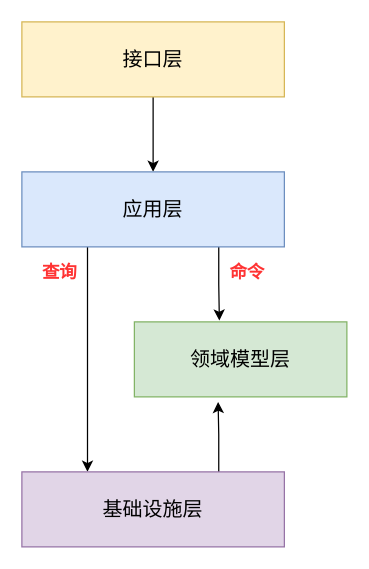
watermoonlx/drawio keeps this draw.io diagram as 领域驱动架构.drawio. Above is the earlier version. Source tidied: cells renumbered, new cells numbered last; positions are measured from the earlier drawing's top-left corner, leaving out a move shared by most shapes. Both pictures are drawn from the tidied source at 125%, with x=0, y=0 at pixel (21, 21).
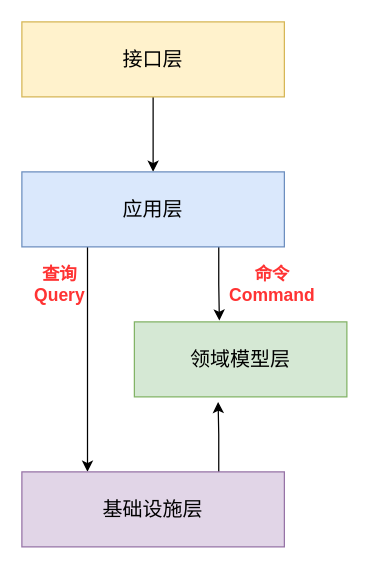
The same page after the edit.

Commit message:
Update 领域驱动架构.drawio

Diff of the diagram source:
```diff
@@
 <mxGraphModel>
   <root>
     <mxCell id="0" />
     <mxCell id="1" parent="0" />
     <mxCell id="2" style="edgeStyle=orthogonalEdgeStyle;rounded=0;jettySize=auto;html=1;exitX=0.5;exitY=1;exitDx=0;exitDy=0;entryX=0.5;entryY=0;entryDx=0;entryDy=0;fontSize=16;" parent="1" edge="1" source="3" target="6">
       <mxGeometry relative="1" as="geometry" />
     </mxCell>
     <mxCell id="3" value="接口层" style="rounded=0;whiteSpace=wrap;html=1;fontSize=16;fillColor=#fff2cc;strokeColor=#d6b656;" parent="1" vertex="1">
       <mxGeometry width="210" height="60" as="geometry" />
     </mxCell>
     <mxCell id="4" style="edgeStyle=orthogonalEdgeStyle;rounded=0;jettySize=auto;html=1;exitX=0.25;exitY=1;exitDx=0;exitDy=0;entryX=0.25;entryY=0;entryDx=0;entryDy=0;" parent="1" edge="1" source="6" target="8">
       <mxGeometry relative="1" as="geometry" />
     </mxCell>
     <mxCell id="5" style="edgeStyle=orthogonalEdgeStyle;rounded=0;jettySize=auto;html=1;exitX=0.75;exitY=1;exitDx=0;exitDy=0;entryX=0.4;entryY=-0.017;entryDx=0;entryDy=0;entryPerimeter=0;" parent="1" edge="1" source="6" target="9">
       <mxGeometry relative="1" as="geometry" />
     </mxCell>
     <mxCell id="6" value="应用层" style="rounded=0;whiteSpace=wrap;html=1;fontSize=16;fillColor=#dae8fc;strokeColor=#6c8ebf;" parent="1" vertex="1">
       <mxGeometry y="120" width="210" height="60" as="geometry" />
     </mxCell>
     <mxCell id="7" style="edgeStyle=orthogonalEdgeStyle;rounded=0;jettySize=auto;html=1;exitX=0.75;exitY=0;exitDx=0;exitDy=0;entryX=0.394;entryY=1.067;entryDx=0;entryDy=0;entryPerimeter=0;" parent="1" edge="1" source="8" target="9">
       <mxGeometry relative="1" as="geometry" />
     </mxCell>
     <mxCell id="8" value="基础设施层" style="rounded=0;whiteSpace=wrap;html=1;fontSize=16;fillColor=#e1d5e7;strokeColor=#9673a6;" parent="1" vertex="1">
       <mxGeometry y="360" width="210" height="60" as="geometry" />
     </mxCell>
     <mxCell id="9" value="领域模型层" style="rounded=0;whiteSpace=wrap;html=1;fontSize=16;fillColor=#d5e8d4;strokeColor=#82b366;" parent="1" vertex="1">
       <mxGeometry x="90" y="240" width="170" height="60" as="geometry" />
     </mxCell>
-    <mxCell id="10" value="&lt;b style=&quot;font-size: 14px;&quot;&gt;&lt;font style=&quot;font-size: 14px;&quot; color=&quot;#ff3333&quot;&gt;查询&lt;/font&gt;&lt;/b&gt;" style="text;html=1;align=center;verticalAlign=middle;fontSize=14;" parent="1" vertex="1">
-      <mxGeometry x="10" y="190" width="40" height="20" as="geometry" />
+    <mxCell id="10" value="&lt;b style=&quot;font-size: 14px&quot;&gt;&lt;font style=&quot;font-size: 14px&quot; color=&quot;#ff3333&quot;&gt;查询&lt;br&gt;Query&lt;br&gt;&lt;/font&gt;&lt;/b&gt;" style="text;html=1;align=center;verticalAlign=middle;fontSize=14;" parent="1" vertex="1">
+      <mxGeometry y="190" width="60" height="40" as="geometry" />
     </mxCell>
-    <mxCell id="11" value="&lt;b style=&quot;font-size: 14px;&quot;&gt;&lt;font style=&quot;font-size: 14px;&quot; color=&quot;#ff3333&quot;&gt;命令&lt;/font&gt;&lt;/b&gt;" style="text;html=1;align=center;verticalAlign=middle;fontSize=14;" parent="1" vertex="1">
-      <mxGeometry x="160" y="190" width="40" height="20" as="geometry" />
+    <mxCell id="11" value="&lt;b style=&quot;font-size: 14px&quot;&gt;&lt;font style=&quot;font-size: 14px&quot; color=&quot;#ff3333&quot;&gt;命令&lt;br&gt;Command&lt;br&gt;&lt;/font&gt;&lt;/b&gt;" style="text;html=1;align=center;verticalAlign=middle;fontSize=14;" parent="1" vertex="1">
+      <mxGeometry x="160" y="190" width="80" height="40" as="geometry" />
     </mxCell>
   </root>
 </mxGraphModel>
```
